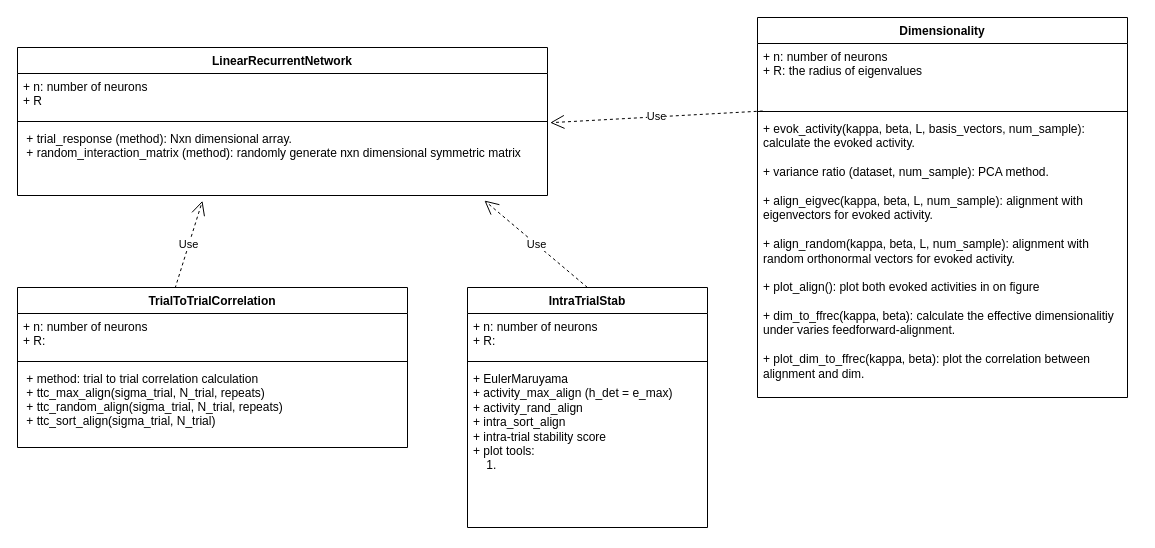
rzhou-space/MA_Networks keeps this draw.io diagram as 1D_RNN.drawio. Above is the earlier version. Source tidied: cells renumbered, new cells numbered last; positions are measured from the earlier drawing's top-left corner, leaving out a move shared by most shapes. Both pictures are drawn from the tidied source at 100%, with x=0, y=0 at pixel (17, 17).
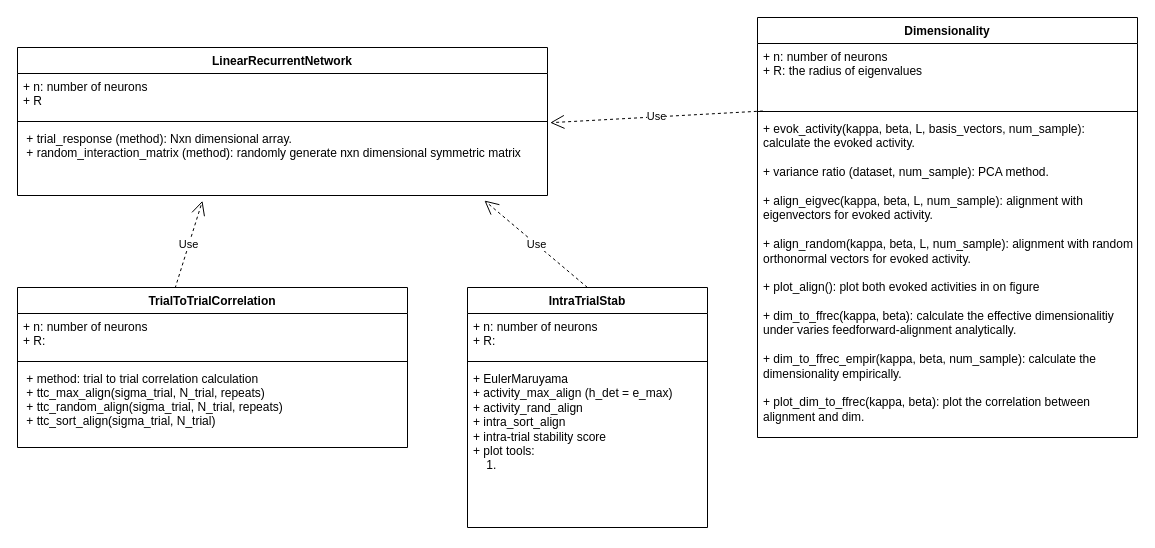
The same page after the edit.

What changed in the source:
```diff
@@
     <mxCell id="16" value="Dimensionality" style="swimlane;fontStyle=1;align=center;verticalAlign=top;horizontal=1;startSize=26;whiteSpace=wrap;html=1;" parent="1" vertex="1">
-      <mxGeometry x="740" width="370" height="380" as="geometry" />
+      <mxGeometry x="740" width="380" height="420" as="geometry" />
     </mxCell>
     <mxCell id="17" value="+ n: number of neurons&lt;br&gt;+ R: the radius of eigenvalues&amp;nbsp;" style="text;strokeColor=none;fillColor=none;align=left;verticalAlign=top;spacingLeft=4;spacingRight=4;overflow=hidden;points=[[0,0.5],[1,0.5]];portConstraint=eastwest;whiteSpace=wrap;html=1;" parent="16" vertex="1">
-      <mxGeometry y="26" width="370" height="64" as="geometry" />
+      <mxGeometry y="26" width="380" height="64" as="geometry" />
     </mxCell>
     <mxCell id="18" style="line;strokeWidth=1;fillColor=none;align=left;verticalAlign=middle;spacingTop=-1;spacingLeft=3;spacingRight=3;labelPosition=right;strokeColor=inherit;" parent="16" vertex="1">
-      <mxGeometry y="90" width="370" height="8" as="geometry" />
+      <mxGeometry y="90" width="380" height="8" as="geometry" />
     </mxCell>
-    <mxCell id="19" value="+ evok_activity(kappa, beta, L, basis_vectors, num_sample): calculate the evoked activity.&lt;br&gt;&lt;br&gt;+ variance ratio (dataset, num_sample): PCA method.&lt;br&gt;&lt;br&gt;+ align_eigvec(kappa, beta, L, num_sample): alignment with eigenvectors for evoked activity.&lt;br&gt;&lt;br&gt;+ align_random(kappa, beta, L, num_sample): alignment with random orthonormal vectors for evoked activity.&lt;br&gt;&lt;br&gt;+ plot_align(): plot both evoked activities in on figure&lt;br&gt;&lt;br&gt;+ dim_to_ffrec(kappa, beta): calculate the effective dimensionalitiy under varies feedforward-alignment.&lt;br&gt;&lt;br&gt;+ plot_dim_to_ffrec(kappa, beta): plot the correlation between alignment and dim.&amp;nbsp;" style="text;strokeColor=none;fillColor=none;align=left;verticalAlign=top;spacingLeft=4;spacingRight=4;overflow=hidden;whiteSpace=wrap;html=1;" parent="16" vertex="1">
-      <mxGeometry y="98" width="370" height="282" as="geometry" />
+    <mxCell id="19" value="+ evok_activity(kappa, beta, L, basis_vectors, num_sample): calculate the evoked activity.&lt;br&gt;&lt;br&gt;+ variance ratio (dataset, num_sample): PCA method.&lt;br&gt;&lt;br&gt;+ align_eigvec(kappa, beta, L, num_sample): alignment with eigenvectors for evoked activity.&lt;br&gt;&lt;br&gt;+ align_random(kappa, beta, L, num_sample): alignment with random orthonormal vectors for evoked activity.&lt;br&gt;&lt;br&gt;+ plot_align(): plot both evoked activities in on figure&lt;br&gt;&lt;br&gt;+ dim_to_ffrec(kappa, beta): calculate the effective dimensionalitiy under varies feedforward-alignment analytically.&lt;br&gt;&lt;br&gt;+ dim_to_ffrec_empir(kappa, beta, num_sample): calculate the dimensionality empirically.&lt;br&gt;&lt;br&gt;+ plot_dim_to_ffrec(kappa, beta): plot the correlation between alignment and dim.&amp;nbsp;" style="text;strokeColor=none;fillColor=none;align=left;verticalAlign=top;spacingLeft=4;spacingRight=4;overflow=hidden;whiteSpace=wrap;html=1;" parent="16" vertex="1">
+      <mxGeometry y="98" width="380" height="322" as="geometry" />
     </mxCell>
```
